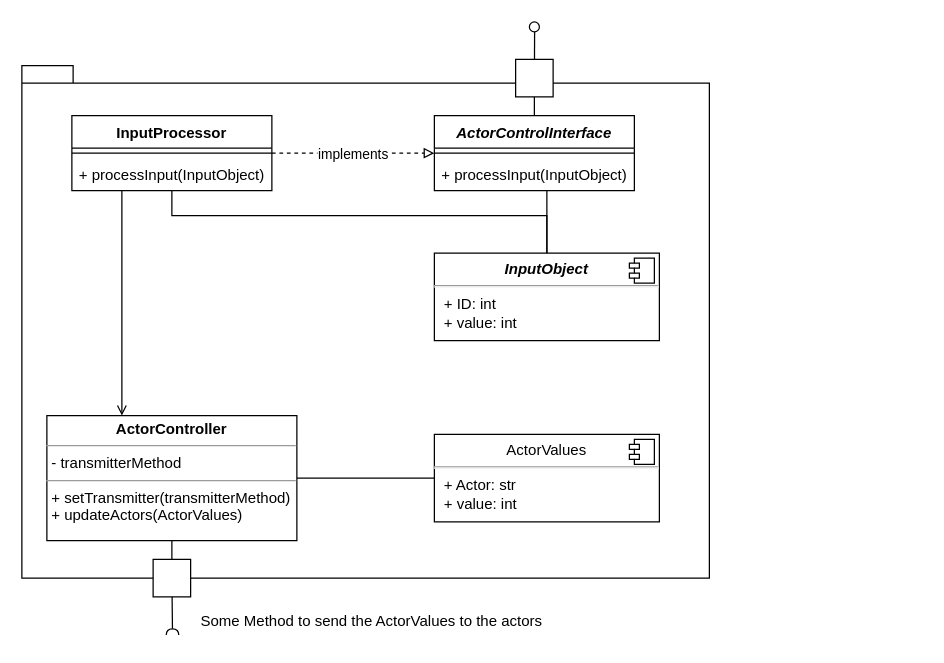
This is ActorControl/Architecture/MotorControlArchitecture.drawio from Uhgtred/HomeExplorer, a draw.io file, before an edit. Source tidied: cells renumbered, new cells numbered last; positions are measured from the earlier drawing's top-left corner, leaving out a move shared by most shapes. Both pictures are drawn from the tidied source at 125%, with x=0, y=0 at pixel (21, 21).
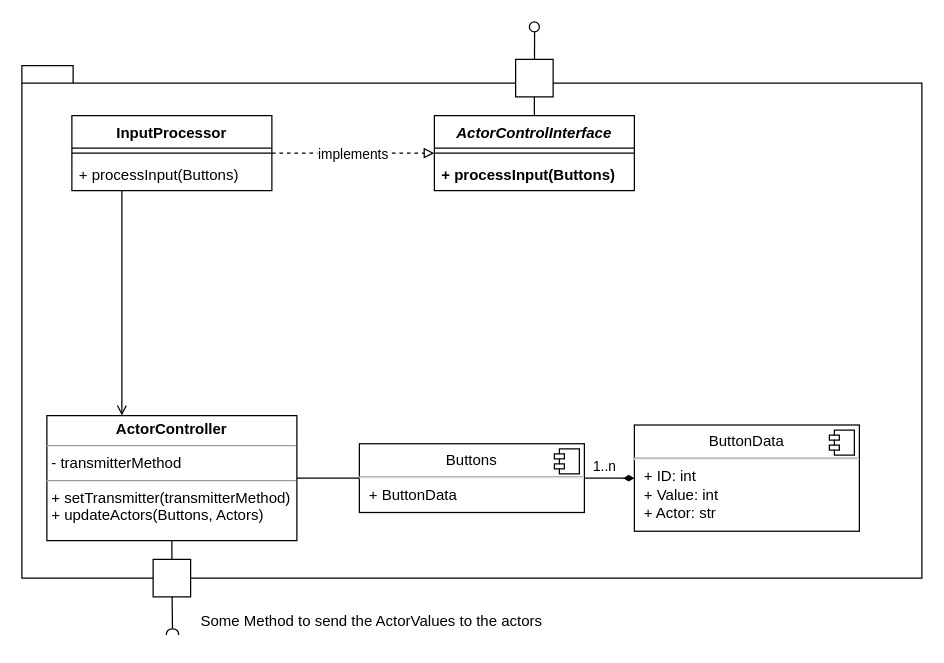
Above is the later version.

Commit message (it also covers changes not shown here):
Architecture needs some improvement

Unchanged cells that the change refers to:
```xml
<mxCell id="20" value="InputProcessor" style="swimlane;fontStyle=1;align=center;verticalAlign=top;horizontal=1;startSize=26;" parent="1" vertex="1">
  <mxGeometry x="40" y="75" width="160" height="60" as="geometry" />
</mxCell>
<mxCell id="24" value="ActorControlInterface" style="swimlane;fontStyle=3;align=center;verticalAlign=top;horizontal=1;startSize=26;" parent="1" vertex="1">
  <mxGeometry x="330" y="75" width="160" height="60" as="geometry" />
</mxCell>
```

What changed in the source:
```diff
@@
     <mxCell id="2" style="shape=folder;fontStyle=1;spacingTop=10;tabWidth=40;tabHeight=14;tabPosition=left;html=1;" parent="1" vertex="1">
-      <mxGeometry y="35" width="550" height="410" as="geometry" />
+      <mxGeometry y="35" width="720" height="410" as="geometry" />
     </mxCell>
@@
-    <mxCell id="5" style="edgeStyle=orthogonalEdgeStyle;rounded=0;jettySize=auto;html=1;startArrow=none;startFill=0;endArrow=none;endFill=0;" parent="1" edge="1" source="6">
-      <mxGeometry relative="1" as="geometry">
-        <mxPoint x="420" y="135" as="targetPoint" />
-      </mxGeometry>
-    </mxCell>
-    <mxCell id="6" value="&lt;p style=&quot;margin:0px;margin-top:6px;text-align:center;&quot;&gt;&lt;b&gt;&lt;i&gt;InputObject&lt;/i&gt;&lt;/b&gt;&lt;/p&gt;&lt;hr&gt;&lt;p style=&quot;margin:0px;margin-left:8px;&quot;&gt;+ ID: int&lt;br&gt;+ value: int&lt;/p&gt;" style="align=left;overflow=fill;html=1;" parent="1" vertex="1">
-      <mxGeometry x="330" y="185" width="180" height="70" as="geometry" />
-    </mxCell>
-    <mxCell id="7" style="shape=component;jettyWidth=8;jettyHeight=4;" parent="6" vertex="1">
-      <mxGeometry x="1" width="20" height="20" relative="1" as="geometry">
-        <mxPoint x="-24" y="4" as="offset" />
-      </mxGeometry>
-    </mxCell>
-    <mxCell id="8" style="edgeStyle=orthogonalEdgeStyle;rounded=0;jettySize=auto;html=1;startArrow=none;startFill=0;endArrow=none;endFill=0;exitX=1;exitY=0.5;exitDx=0;exitDy=0;" parent="1" edge="1" source="17" target="10">
-      <mxGeometry relative="1" as="geometry" />
-    </mxCell>
@@
-    <mxCell id="10" value="&lt;p style=&quot;margin:0px;margin-top:6px;text-align:center;&quot;&gt;ActorValues&lt;/p&gt;&lt;hr&gt;&lt;p style=&quot;margin:0px;margin-left:8px;&quot;&gt;+ Actor: str&lt;br&gt;+ value: int&lt;/p&gt;" style="align=left;overflow=fill;html=1;" parent="1" vertex="1">
-      <mxGeometry x="330" y="330" width="180" height="70" as="geometry" />
+    <mxCell id="10" value="&lt;p style=&quot;margin:0px;margin-top:6px;text-align:center;&quot;&gt;Buttons&lt;/p&gt;&lt;hr&gt;&lt;p style=&quot;margin:0px;margin-left:8px;&quot;&gt;+ ButtonData&lt;/p&gt;" style="align=left;overflow=fill;html=1;" parent="1" vertex="1">
+      <mxGeometry x="270" y="337.5" width="180" height="55" as="geometry" />
     </mxCell>
@@
+    <mxCell id="8" style="edgeStyle=orthogonalEdgeStyle;rounded=0;jettySize=auto;html=1;startArrow=none;startFill=0;endArrow=none;endFill=0;" parent="1" edge="1" source="17" target="10">
+      <mxGeometry relative="1" as="geometry" />
+    </mxCell>
-    <mxCell id="17" value="&lt;p style=&quot;margin:0px;margin-top:4px;text-align:center;&quot;&gt;&lt;b&gt;ActorController&lt;/b&gt;&lt;/p&gt;&lt;hr size=&quot;1&quot;&gt;&lt;p style=&quot;margin:0px;margin-left:4px;&quot;&gt;- transmitterMethod&lt;/p&gt;&lt;hr size=&quot;1&quot;&gt;&lt;p style=&quot;margin:0px;margin-left:4px;&quot;&gt;+ setTransmitter(transmitterMethod)&lt;/p&gt;&lt;p style=&quot;margin:0px;margin-left:4px;&quot;&gt;+ updateActors(ActorValues)&lt;br&gt;&lt;/p&gt;" style="verticalAlign=top;align=left;overflow=fill;fontSize=12;fontFamily=Helvetica;html=1;" parent="1" vertex="1">
+    <mxCell id="17" value="&lt;p style=&quot;margin:0px;margin-top:4px;text-align:center;&quot;&gt;&lt;b&gt;ActorController&lt;/b&gt;&lt;/p&gt;&lt;hr size=&quot;1&quot;&gt;&lt;p style=&quot;margin:0px;margin-left:4px;&quot;&gt;- transmitterMethod&lt;/p&gt;&lt;hr size=&quot;1&quot;&gt;&lt;p style=&quot;margin:0px;margin-left:4px;&quot;&gt;+ setTransmitter(transmitterMethod)&lt;/p&gt;&lt;p style=&quot;margin:0px;margin-left:4px;&quot;&gt;+ updateActors(Buttons, Actors)&lt;br&gt;&lt;/p&gt;" style="verticalAlign=top;align=left;overflow=fill;fontSize=12;fontFamily=Helvetica;html=1;" parent="1" vertex="1">
       <mxGeometry x="20" y="315" width="200" height="100" as="geometry" />
     </mxCell>
-    <mxCell id="18" style="edgeStyle=orthogonalEdgeStyle;rounded=0;jettySize=auto;html=1;entryX=0.5;entryY=0;entryDx=0;entryDy=0;startArrow=none;startFill=0;endArrow=none;endFill=0;" parent="1" edge="1" source="20" target="6">
-      <mxGeometry relative="1" as="geometry">
-        <Array as="points">
-          <mxPoint x="120" y="155" />
-          <mxPoint x="420" y="155" />
-        </Array>
-      </mxGeometry>
-    </mxCell>
@@
-    <mxCell id="22" value="+ processInput(InputObject)" style="text;strokeColor=none;fillColor=none;align=left;verticalAlign=top;spacingLeft=4;spacingRight=4;overflow=hidden;" parent="20" vertex="1">
+    <mxCell id="22" value="+ processInput(Buttons)" style="text;strokeColor=none;fillColor=none;align=left;verticalAlign=top;spacingLeft=4;spacingRight=4;overflow=hidden;" parent="20" vertex="1">
       <mxGeometry y="34" width="160" height="26" as="geometry" />
     </mxCell>
@@
-    <mxCell id="26" value="+ processInput(InputObject)" style="text;strokeColor=none;fillColor=none;align=left;verticalAlign=top;spacingLeft=4;spacingRight=4;overflow=hidden;" parent="24" vertex="1">
+    <mxCell id="26" value="+ processInput(Buttons)" style="text;strokeColor=none;fillColor=none;align=left;verticalAlign=top;spacingLeft=4;spacingRight=4;overflow=hidden;fontStyle=1;" parent="24" vertex="1">
       <mxGeometry y="34" width="160" height="26" as="geometry" />
     </mxCell>
@@
+    <mxCell id="31" style="edgeStyle=orthogonalEdgeStyle;rounded=0;jettySize=auto;html=1;endArrow=none;endFill=0;startArrow=diamondThin;startFill=1;" parent="1" edge="1" source="33" target="10">
+      <mxGeometry relative="1" as="geometry" />
+    </mxCell>
+    <mxCell id="32" value="1..n" style="edgeLabel;html=1;align=center;verticalAlign=middle;" parent="31" vertex="1">
+      <mxGeometry x="0.24" relative="1" as="geometry">
+        <mxPoint y="-10" as="offset" />
+      </mxGeometry>
+    </mxCell>
+    <mxCell id="33" value="&lt;p style=&quot;margin:0px;margin-top:6px;text-align:center;&quot;&gt;ButtonData&lt;/p&gt;&lt;hr&gt;&lt;p style=&quot;margin:0px;margin-left:8px;&quot;&gt;+ ID: int&lt;/p&gt;&lt;p style=&quot;margin:0px;margin-left:8px;&quot;&gt;+ Value: int&lt;/p&gt;&lt;p style=&quot;margin:0px;margin-left:8px;&quot;&gt;+ Actor: str&lt;/p&gt;" style="align=left;overflow=fill;html=1;" parent="1" vertex="1">
+      <mxGeometry x="490" y="322.5" width="180" height="85" as="geometry" />
+    </mxCell>
+    <mxCell id="34" style="shape=component;jettyWidth=8;jettyHeight=4;" parent="33" vertex="1">
+      <mxGeometry x="1" width="20" height="20" relative="1" as="geometry">
+        <mxPoint x="-24" y="4" as="offset" />
+      </mxGeometry>
+    </mxCell>
```
